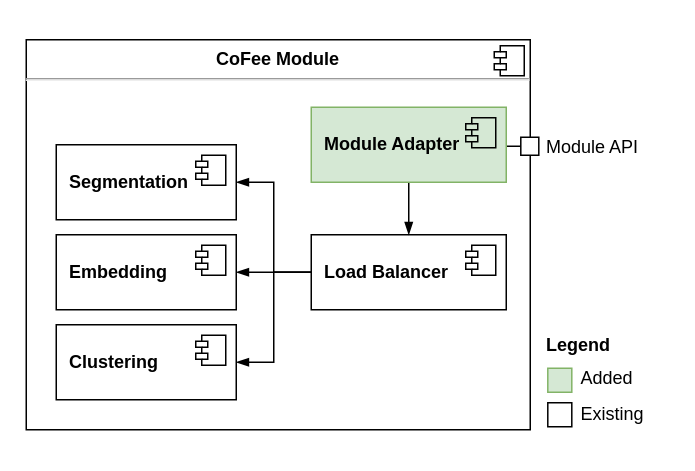
This is page "cofee-module" (8 of 10) of figures/src/subsystem-decomposition.drawio from pal03377/master-thesis, a draw.io file, before an edit. Source tidied: cells renumbered, new cells numbered last; positions are measured from the earlier drawing's top-left corner, leaving out a move shared by most shapes. Both pictures are drawn from the tidied source at 150%, with x=0, y=0 at pixel (26, 39).
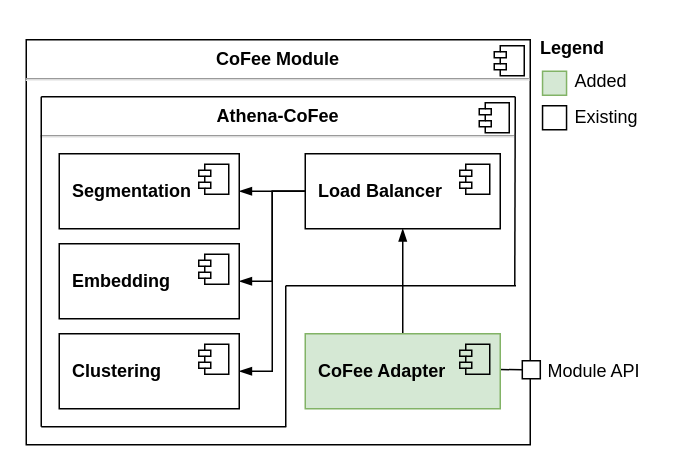
Above is the later version.

The edit, as a diff of the source:
```diff
@@
     <mxCell id="2" value="&lt;p style=&quot;margin:0px;margin-top:6px;text-align:center;&quot;&gt;&lt;b&gt;CoFee Module&lt;/b&gt;&lt;/p&gt;&lt;hr&gt;&lt;p style=&quot;margin:0px;margin-left:8px;&quot;&gt;&lt;br&gt;&lt;/p&gt;" style="align=left;overflow=fill;html=1;whiteSpace=wrap;" parent="1" vertex="1">
-      <mxGeometry width="336" height="260" as="geometry" />
+      <mxGeometry width="336" height="270" as="geometry" />
     </mxCell>
@@
+    <mxCell id="26" value="&lt;p style=&quot;margin:0px;margin-top:6px;text-align:center;&quot;&gt;&lt;b&gt;Athena-CoFee&lt;/b&gt;&lt;/p&gt;&lt;hr&gt;&lt;p style=&quot;margin:0px;margin-left:8px;&quot;&gt;&lt;br&gt;&lt;/p&gt;" style="align=left;overflow=fill;html=1;whiteSpace=wrap;strokeColor=none;" parent="1" vertex="1">
+      <mxGeometry x="10" y="38" width="316" height="220" as="geometry" />
+    </mxCell>
+    <mxCell id="27" style="shape=component;jettyWidth=8;jettyHeight=4;" parent="26" vertex="1">
+      <mxGeometry x="1" width="20" height="20" relative="1" as="geometry">
+        <mxPoint x="-24" y="4" as="offset" />
+      </mxGeometry>
+    </mxCell>
@@
     <mxCell id="7" value="&lt;b&gt;Load Balancer&lt;/b&gt;" style="html=1;whiteSpace=wrap;align=left;spacingLeft=7;" parent="1" vertex="1">
-      <mxGeometry x="190" y="130" width="130" height="50" as="geometry" />
+      <mxGeometry x="186" y="76" width="130" height="50" as="geometry" />
     </mxCell>
@@
     <mxCell id="9" value="&lt;b&gt;Segmentation&lt;/b&gt;" style="html=1;whiteSpace=wrap;align=left;spacingLeft=7;" parent="1" vertex="1">
-      <mxGeometry x="20" y="70" width="120" height="50" as="geometry" />
+      <mxGeometry x="22" y="76" width="120" height="50" as="geometry" />
     </mxCell>
@@
     <mxCell id="11" value="&lt;b&gt;Embedding&lt;/b&gt;" style="html=1;whiteSpace=wrap;align=left;spacingLeft=7;" parent="1" vertex="1">
-      <mxGeometry x="20" y="130" width="120" height="50" as="geometry" />
+      <mxGeometry x="22" y="136" width="120" height="50" as="geometry" />
     </mxCell>
@@
     <mxCell id="13" value="&lt;b&gt;Clustering&lt;br&gt;&lt;/b&gt;" style="html=1;whiteSpace=wrap;align=left;spacingLeft=7;" parent="1" vertex="1">
-      <mxGeometry x="20" y="190" width="120" height="50" as="geometry" />
+      <mxGeometry x="22" y="196" width="120" height="50" as="geometry" />
     </mxCell>
@@
-    <mxCell id="15" style="rounded=0;jettySize=auto;html=1;endArrow=none;endFill=0;sketch=0;sourcePerimeterSpacing=0;exitX=1.002;exitY=0.479;exitDx=0;exitDy=0;exitPerimeter=0;entryX=0;entryY=0.5;entryDx=0;entryDy=0;" parent="1" edge="1" target="16">
-      <mxGeometry relative="1" as="geometry">
-        <mxPoint x="320" y="71" as="sourcePoint" />
-      </mxGeometry>
+    <mxCell id="15" style="rounded=0;jettySize=auto;html=1;endArrow=none;endFill=0;sketch=0;sourcePerimeterSpacing=0;exitX=0.998;exitY=0.477;exitDx=0;exitDy=0;exitPerimeter=0;entryX=0;entryY=0.5;entryDx=0;entryDy=0;" parent="1" edge="1" source="18" target="16">
+      <mxGeometry relative="1" as="geometry" />
     </mxCell>
     <mxCell id="16" style="whiteSpace=wrap;html=1;" parent="1" vertex="1">
-      <mxGeometry x="329.7" y="65" width="12" height="12" as="geometry" />
+      <mxGeometry x="330.7" y="214" width="12" height="12" as="geometry" />
     </mxCell>
-    <mxCell id="17" style="edgeStyle=orthogonalEdgeStyle;rounded=0;jettySize=auto;html=1;exitX=0.5;exitY=1;exitDx=0;exitDy=0;entryX=0.5;entryY=0;entryDx=0;entryDy=0;endArrow=blockThin;endFill=1;" parent="1" edge="1" source="18" target="7">
+    <mxCell id="17" style="edgeStyle=orthogonalEdgeStyle;rounded=0;jettySize=auto;html=1;exitX=0.5;exitY=0;exitDx=0;exitDy=0;entryX=0.5;entryY=1;entryDx=0;entryDy=0;endArrow=blockThin;endFill=1;" parent="1" edge="1" source="18" target="7">
       <mxGeometry relative="1" as="geometry" />
     </mxCell>
-    <mxCell id="18" value="&lt;b&gt;Module Adapter&lt;br&gt;&lt;/b&gt;" style="html=1;whiteSpace=wrap;align=left;spacingLeft=7;fillColor=#d5e8d4;strokeColor=#82b366;" parent="1" vertex="1">
-      <mxGeometry x="190" y="45" width="130" height="50" as="geometry" />
+    <mxCell id="18" value="&lt;b&gt;CoFee Adapter&lt;br&gt;&lt;/b&gt;" style="html=1;whiteSpace=wrap;align=left;spacingLeft=7;fillColor=#d5e8d4;strokeColor=#82b366;" parent="1" vertex="1">
+      <mxGeometry x="186" y="196" width="130" height="50" as="geometry" />
     </mxCell>
@@
     <mxCell id="20" value="Module API" style="text;html=1;strokeColor=none;fillColor=none;align=left;verticalAlign=middle;whiteSpace=wrap;rounded=0;" parent="1" vertex="1">
-      <mxGeometry x="344.7" y="57" width="70" height="30" as="geometry" />
+      <mxGeometry x="345.7" y="206" width="70" height="30" as="geometry" />
     </mxCell>
     <mxCell id="21" value="Legend" style="text;html=1;strokeColor=none;fillColor=none;align=left;verticalAlign=middle;whiteSpace=wrap;rounded=0;fontStyle=1;" parent="1" vertex="1">
-      <mxGeometry x="344.7" y="189" width="60" height="30" as="geometry" />
+      <mxGeometry x="341.2" y="-9" width="60" height="30" as="geometry" />
     </mxCell>
     <mxCell id="22" style="rounded=0;whiteSpace=wrap;html=1;fillColor=#d5e8d4;strokeColor=#82b366;" parent="1" vertex="1">
-      <mxGeometry x="347.7" y="219" width="16" height="16" as="geometry" />
+      <mxGeometry x="344.2" y="21" width="16" height="16" as="geometry" />
     </mxCell>
     <mxCell id="23" style="rounded=0;whiteSpace=wrap;html=1;" parent="1" vertex="1">
-      <mxGeometry x="347.7" y="242" width="16" height="16" as="geometry" />
+      <mxGeometry x="344.2" y="44" width="16" height="16" as="geometry" />
     </mxCell>
     <mxCell id="24" value="Added" style="text;html=1;strokeColor=none;fillColor=none;align=left;verticalAlign=middle;whiteSpace=wrap;rounded=0;fontStyle=0;" parent="1" vertex="1">
-      <mxGeometry x="367.7" y="211" width="60" height="30" as="geometry" />
+      <mxGeometry x="364.2" y="13" width="40.8" height="30" as="geometry" />
     </mxCell>
     <mxCell id="25" value="Existing" style="text;html=1;strokeColor=none;fillColor=none;align=left;verticalAlign=middle;whiteSpace=wrap;rounded=0;fontStyle=0;" parent="1" vertex="1">
-      <mxGeometry x="367.7" y="235" width="52.3" height="30" as="geometry" />
+      <mxGeometry x="364.2" y="37" width="46.8" height="30" as="geometry" />
     </mxCell>
+    <mxCell id="28" style="endArrow=none;html=1;rounded=0;fillColor=#f8cecc;strokeColor=#000000;entryX=1;entryY=0;entryDx=0;entryDy=0;" parent="1" edge="1" target="26">
+      <mxGeometry relative="1" as="geometry">
+        <mxPoint x="10" y="38" as="sourcePoint" />
+      </mxGeometry>
+    </mxCell>
+    <mxCell id="29" style="endArrow=none;html=1;rounded=0;fillColor=#f8cecc;strokeColor=#000000;entryX=0;entryY=1;entryDx=0;entryDy=0;exitX=0;exitY=0;exitDx=0;exitDy=0;" parent="1" edge="1" source="26" target="26">
+      <mxGeometry relative="1" as="geometry" />
+    </mxCell>
+    <mxCell id="30" style="endArrow=none;html=1;rounded=0;fillColor=#f8cecc;strokeColor=#000000;entryX=1;entryY=0;entryDx=0;entryDy=0;exitX=0.999;exitY=0.573;exitDx=0;exitDy=0;exitPerimeter=0;" parent="1" edge="1" source="26">
+      <mxGeometry relative="1" as="geometry">
+        <mxPoint x="326" y="38" as="targetPoint" />
+      </mxGeometry>
+    </mxCell>
+    <mxCell id="31" style="endArrow=none;html=1;rounded=0;fillColor=#f8cecc;strokeColor=#000000;entryX=0.517;entryY=1;entryDx=0;entryDy=0;entryPerimeter=0;" parent="1" edge="1" target="26">
+      <mxGeometry relative="1" as="geometry">
+        <mxPoint x="10" y="258" as="sourcePoint" />
+      </mxGeometry>
+    </mxCell>
+    <mxCell id="32" style="endArrow=none;html=1;rounded=0;fillColor=#f8cecc;strokeColor=#000000;" parent="1" edge="1">
+      <mxGeometry relative="1" as="geometry">
+        <mxPoint x="173" y="258" as="sourcePoint" />
+        <mxPoint x="173" y="164" as="targetPoint" />
+      </mxGeometry>
+    </mxCell>
+    <mxCell id="33" style="endArrow=none;html=1;rounded=0;fillColor=#f8cecc;strokeColor=#000000;entryX=1;entryY=0;entryDx=0;entryDy=0;" parent="1" edge="1">
+      <mxGeometry relative="1" as="geometry">
+        <mxPoint x="173" y="164" as="sourcePoint" />
+        <mxPoint x="326.5" y="164" as="targetPoint" />
+      </mxGeometry>
+    </mxCell>
```
